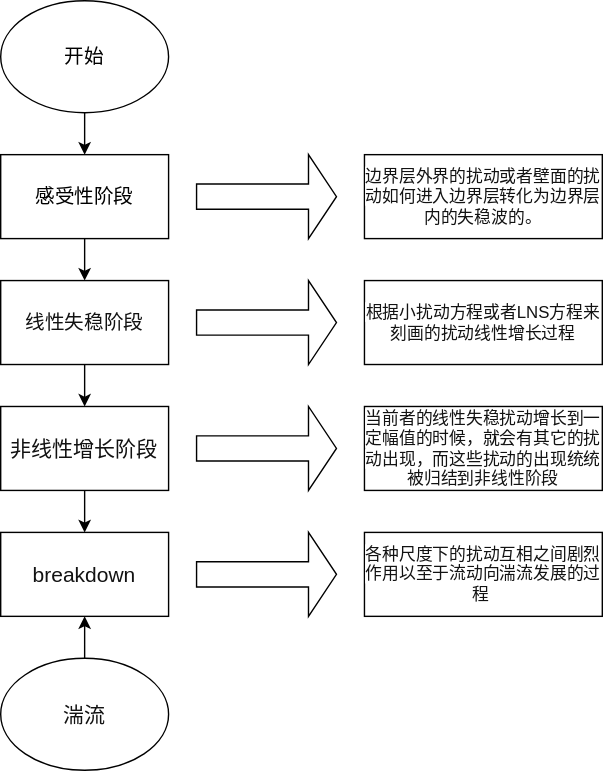
This is draw.io/湍流转捩机制.svg from siwuxei/image, a draw.io export, as it was before one commit. Source tidied: cells renumbered, new cells last; positions are measured from the earlier drawing's top-left corner, leaving out a move shared by most shapes.
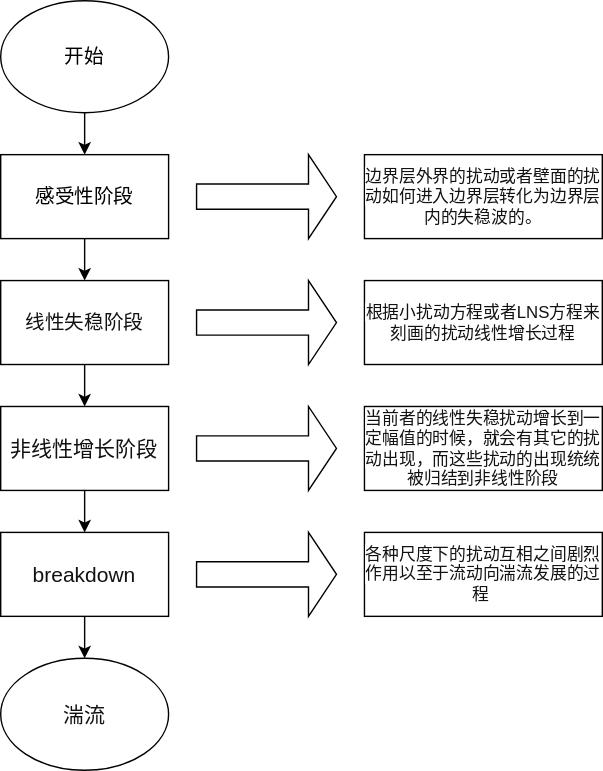
After the change.

Commit message:
Update 湍流转捩机制.svg

What changed in the source:
```diff
@@ -44,6 +44,9 @@
     <mxCell id="15" value="&lt;span style=&quot;color: rgb(18 , 18 , 18) ; background-color: rgb(255 , 255 , 255)&quot;&gt;&lt;font style=&quot;font-size: 12px&quot;&gt;当前者的线性失稳扰动增长到一定幅值的时候，就会有其它的扰动出现，而这些扰动的出现统统被归结到非线性阶段&lt;/font&gt;&lt;/span&gt;" style="rounded=0;whiteSpace=wrap;html=1;" parent="1" vertex="1">
       <mxGeometry x="260" y="290" width="170" height="60" as="geometry" />
     </mxCell>
+    <mxCell id="21" style="edgeStyle=orthogonalEdgeStyle;rounded=0;jettySize=auto;html=1;" parent="1" edge="1" source="16" target="20">
+      <mxGeometry relative="1" as="geometry" />
+    </mxCell>
     <mxCell id="16" value="&lt;span style=&quot;color: rgb(18 , 18 , 18) ; font-family: , &amp;#34;blinkmacsystemfont&amp;#34; , &amp;#34;helvetica neue&amp;#34; , &amp;#34;pingfang sc&amp;#34; , &amp;#34;microsoft yahei&amp;#34; , &amp;#34;source han sans sc&amp;#34; , &amp;#34;noto sans cjk sc&amp;#34; , &amp;#34;wenquanyi micro hei&amp;#34; , sans-serif ; font-size: 15px ; background-color: rgb(255 , 255 , 255)&quot;&gt;breakdown&lt;/span&gt;" style="rounded=0;whiteSpace=wrap;html=1;" parent="1" vertex="1">
       <mxGeometry y="380" width="120" height="60" as="geometry" />
     </mxCell>
@@ -53,9 +56,6 @@
     <mxCell id="18" value="&lt;span style=&quot;color: rgb(18 , 18 , 18) ; background-color: rgb(255 , 255 , 255)&quot;&gt;&lt;font style=&quot;font-size: 12px&quot;&gt;各种尺度下的扰动互相之间剧烈作用以至于流动向湍流发展的过程&amp;nbsp;&lt;/font&gt;&lt;/span&gt;" style="rounded=0;whiteSpace=wrap;html=1;" parent="1" vertex="1">
       <mxGeometry x="260" y="380" width="170" height="60" as="geometry" />
     </mxCell>
-    <mxCell id="19" style="edgeStyle=orthogonalEdgeStyle;rounded=0;jettySize=auto;html=1;" parent="1" edge="1" source="20" target="16">
-      <mxGeometry relative="1" as="geometry" />
-    </mxCell>
     <mxCell id="20" value="&lt;span style=&quot;color: rgb(18 , 18 , 18) ; font-family: , &amp;#34;blinkmacsystemfont&amp;#34; , &amp;#34;helvetica neue&amp;#34; , &amp;#34;pingfang sc&amp;#34; , &amp;#34;microsoft yahei&amp;#34; , &amp;#34;source han sans sc&amp;#34; , &amp;#34;noto sans cjk sc&amp;#34; , &amp;#34;wenquanyi micro hei&amp;#34; , sans-serif ; font-size: 15px ; background-color: rgb(255 , 255 , 255)&quot;&gt;湍流&lt;/span&gt;" style="ellipse;whiteSpace=wrap;html=1;" parent="1" vertex="1">
       <mxGeometry y="470" width="120" height="80" as="geometry" />
     </mxCell>
```
